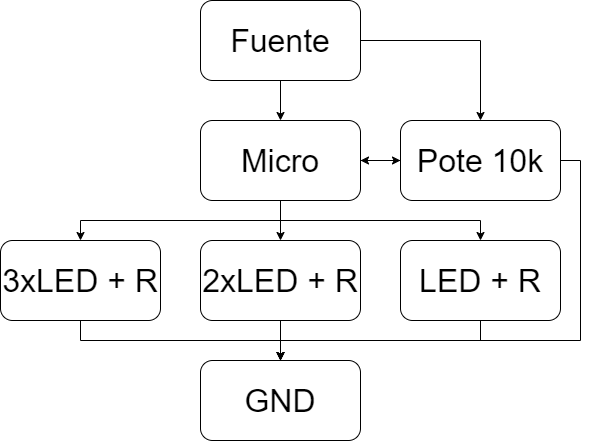
The draw.io diagram tp5/doc/diagramas/tp5_bocks.png in fiuba-labo-de-micro-miercoles/2019-2c-trabajo-practico-mendoza_2020, before a commit. Source tidied: cells renumbered, new cells last; positions are measured from the earlier drawing's top-left corner, leaving out a move shared by most shapes.
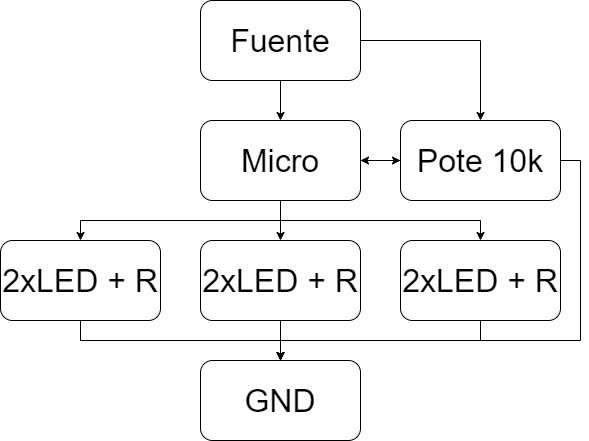
Later version of the same file.

The edit, as a diff of the source:
```diff
@@ -29,7 +29,7 @@
     <mxCell id="10" style="edgeStyle=orthogonalEdgeStyle;rounded=0;jettySize=auto;html=1;exitX=0.5;exitY=1;exitDx=0;exitDy=0;entryX=0.5;entryY=0;entryDx=0;entryDy=0;" parent="1" edge="1" source="11" target="19">
       <mxGeometry relative="1" as="geometry" />
     </mxCell>
-    <mxCell id="11" value="&lt;span style=&quot;font-size: 32px&quot;&gt;3xLED + R&lt;/span&gt;" style="rounded=1;whiteSpace=wrap;html=1;" parent="1" vertex="1">
+    <mxCell id="11" value="&lt;span style=&quot;font-size: 32px&quot;&gt;2xLED + R&lt;/span&gt;" style="rounded=1;whiteSpace=wrap;html=1;" parent="1" vertex="1">
       <mxGeometry y="240" width="160" height="80" as="geometry" />
     </mxCell>
     <mxCell id="12" style="edgeStyle=orthogonalEdgeStyle;rounded=0;jettySize=auto;html=1;exitX=0.5;exitY=1;exitDx=0;exitDy=0;" parent="1" edge="1" source="13">
@@ -43,7 +43,7 @@
     <mxCell id="14" style="edgeStyle=orthogonalEdgeStyle;rounded=0;jettySize=auto;html=1;exitX=0.5;exitY=1;exitDx=0;exitDy=0;entryX=0.5;entryY=0;entryDx=0;entryDy=0;" parent="1" edge="1" source="15" target="19">
       <mxGeometry relative="1" as="geometry" />
     </mxCell>
-    <mxCell id="15" value="&lt;span style=&quot;font-size: 32px&quot;&gt;LED + R&lt;/span&gt;" style="rounded=1;whiteSpace=wrap;html=1;" parent="1" vertex="1">
+    <mxCell id="15" value="&lt;span style=&quot;font-size: 32px&quot;&gt;2xLED + R&lt;/span&gt;" style="rounded=1;whiteSpace=wrap;html=1;" parent="1" vertex="1">
       <mxGeometry x="400" y="240" width="160" height="80" as="geometry" />
     </mxCell>
     <mxCell id="16" style="edgeStyle=orthogonalEdgeStyle;rounded=0;jettySize=auto;html=1;exitX=1;exitY=0.5;exitDx=0;exitDy=0;" parent="1" edge="1" source="18" target="19">
```
